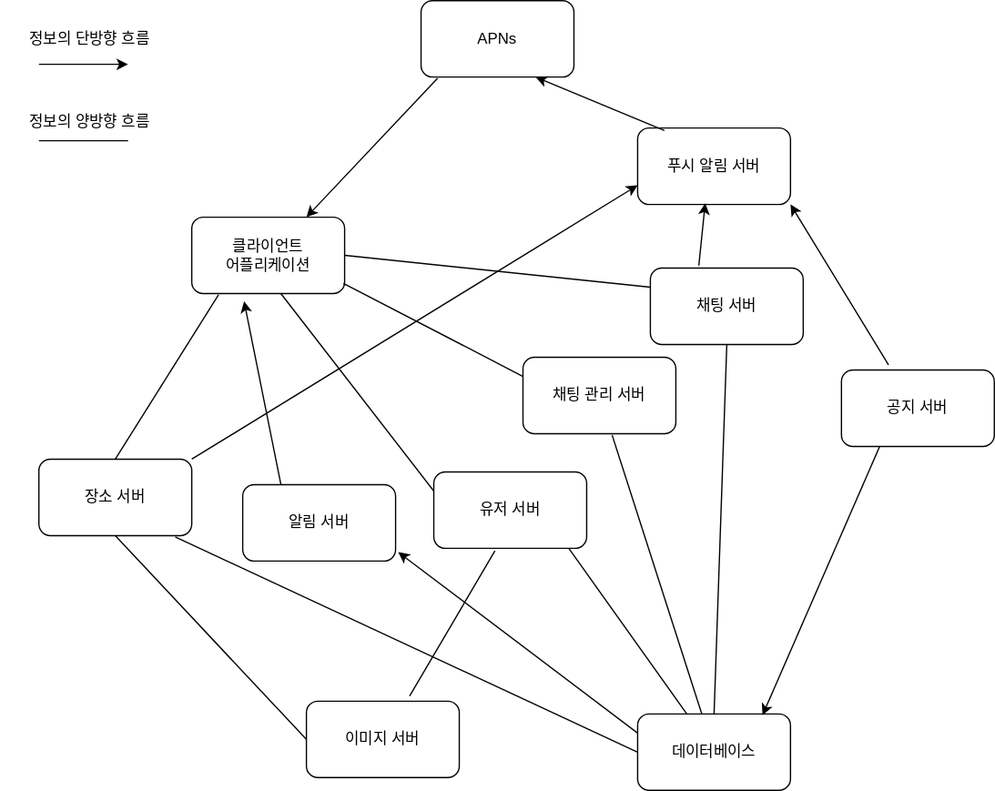
This is 서버 구조/서버 구조도.svg from shlim0/2022_capstone1, a draw.io export, as it was before one commit. Source tidied: cells renumbered, new cells last; positions are measured from the earlier drawing's top-left corner, leaving out a move shared by most shapes.
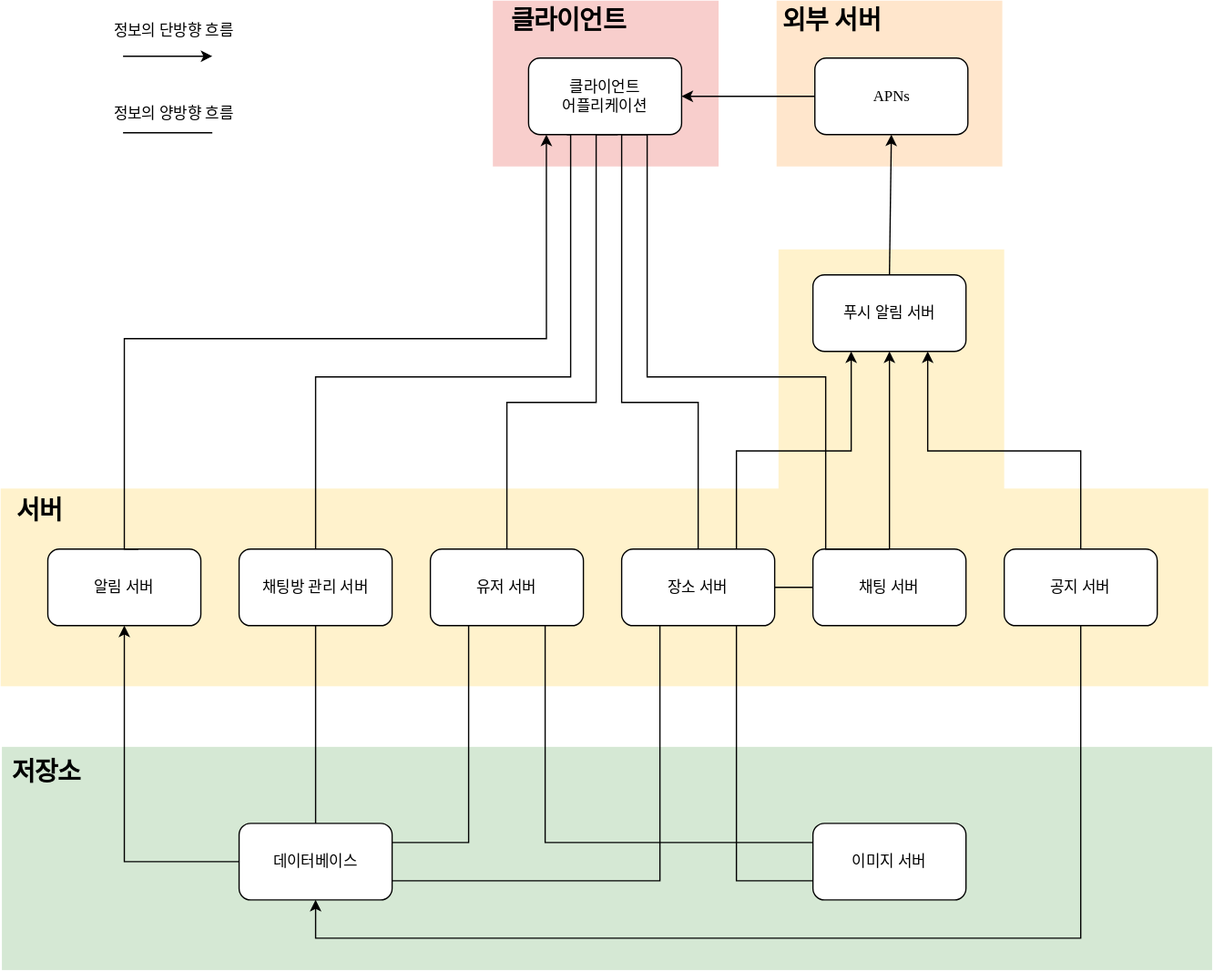
Later version of the same file.

Commit message:
[수정]서버 구조도, [생성] 4차 설계제안서

What changed in the source:
```diff
@@ -2,110 +2,204 @@
   <root>
     <mxCell id="0" />
     <mxCell id="1" parent="0" />
+    <mxCell id="35" style="rounded=0;whiteSpace=wrap;html=1;fillColor=#ffe6cc;strokeColor=none;fontFamily=Verdana;" parent="1" vertex="1">
+      <mxGeometry x="-201.5" y="60" width="177" height="130" as="geometry" />
+    </mxCell>
+    <mxCell id="36" style="rounded=0;whiteSpace=wrap;html=1;fillColor=#f8cecc;strokeColor=none;fontFamily=Verdana;" parent="1" vertex="1">
+      <mxGeometry x="-424" y="60" width="177" height="130" as="geometry" />
+    </mxCell>
+    <mxCell id="37" style="rounded=0;whiteSpace=wrap;html=1;fillColor=#fff2cc;strokeColor=none;fontFamily=Verdana;" parent="1" vertex="1">
+      <mxGeometry x="-200" y="255" width="177" height="210" as="geometry" />
+    </mxCell>
+    <mxCell id="38" style="rounded=0;whiteSpace=wrap;html=1;fillColor=#d5e8d4;strokeColor=none;fontFamily=Verdana;" parent="1" vertex="1">
+      <mxGeometry x="-809" y="645" width="949" height="175" as="geometry" />
+    </mxCell>
+    <mxCell id="39" style="rounded=0;whiteSpace=wrap;html=1;fillColor=#fff2cc;strokeColor=none;fontFamily=Verdana;" parent="1" vertex="1">
+      <mxGeometry x="-810" y="442.5" width="947" height="155" as="geometry" />
+    </mxCell>
-    <mxCell id="2" value="클라이언트&lt;br&gt;어플리케이션" style="rounded=1;whiteSpace=wrap;html=1;" parent="1" vertex="1">
-      <mxGeometry x="150" y="170" width="120" height="60" as="geometry" />
+    <mxCell id="2" value="클라이언트&lt;br&gt;어플리케이션" style="rounded=1;whiteSpace=wrap;html=1;fontFamily=Verdana;" parent="1" vertex="1">
+      <mxGeometry x="-396" y="105" width="120" height="60" as="geometry" />
     </mxCell>
-    <mxCell id="3" value="알림 서버" style="rounded=1;whiteSpace=wrap;html=1;" parent="1" vertex="1">
-      <mxGeometry x="190" y="380" width="120" height="60" as="geometry" />
+    <mxCell id="3" value="알림 서버" style="rounded=1;whiteSpace=wrap;html=1;fontFamily=Verdana;" parent="1" vertex="1">
+      <mxGeometry x="-773" y="490" width="120" height="60" as="geometry" />
     </mxCell>
-    <mxCell id="4" value="공지 서버" style="rounded=1;whiteSpace=wrap;html=1;" parent="1" vertex="1">
-      <mxGeometry x="660" y="290" width="120" height="60" as="geometry" />
+    <mxCell id="4" value="공지 서버" style="rounded=1;whiteSpace=wrap;html=1;fontFamily=Verdana;" parent="1" vertex="1">
+      <mxGeometry x="-23" y="490" width="120" height="60" as="geometry" />
     </mxCell>
-    <mxCell id="5" value="채팅 서버" style="rounded=1;whiteSpace=wrap;html=1;" parent="1" vertex="1">
-      <mxGeometry x="510" y="210" width="120" height="60" as="geometry" />
+    <mxCell id="5" value="채팅 서버" style="rounded=1;whiteSpace=wrap;html=1;fontFamily=Verdana;" parent="1" vertex="1">
+      <mxGeometry x="-173" y="490" width="120" height="60" as="geometry" />
     </mxCell>
-    <mxCell id="6" value="채팅 관리 서버" style="rounded=1;whiteSpace=wrap;html=1;" parent="1" vertex="1">
-      <mxGeometry x="410" y="280" width="120" height="60" as="geometry" />
+    <mxCell id="6" value="채팅방 관리 서버" style="rounded=1;whiteSpace=wrap;html=1;fontFamily=Verdana;" parent="1" vertex="1">
+      <mxGeometry x="-623" y="490" width="120" height="60" as="geometry" />
     </mxCell>
-    <mxCell id="7" value="이미지 서버" style="rounded=1;whiteSpace=wrap;html=1;" parent="1" vertex="1">
-      <mxGeometry x="240" y="550" width="120" height="60" as="geometry" />
+    <mxCell id="7" value="이미지 서버" style="rounded=1;whiteSpace=wrap;html=1;fontFamily=Verdana;" parent="1" vertex="1">
+      <mxGeometry x="-173" y="705" width="120" height="60" as="geometry" />
     </mxCell>
-    <mxCell id="8" value="푸시 알림 서버" style="rounded=1;whiteSpace=wrap;html=1;" parent="1" vertex="1">
-      <mxGeometry x="500" y="100" width="120" height="60" as="geometry" />
+    <mxCell id="8" value="푸시 알림 서버" style="rounded=1;whiteSpace=wrap;html=1;fontFamily=Verdana;" parent="1" vertex="1">
+      <mxGeometry x="-173" y="275" width="120" height="60" as="geometry" />
     </mxCell>
-    <mxCell id="9" value="장소 서버" style="rounded=1;whiteSpace=wrap;html=1;" parent="1" vertex="1">
-      <mxGeometry x="30" y="360" width="120" height="60" as="geometry" />
-    </mxCell>
-    <mxCell id="10" value="유저 서버" style="rounded=1;whiteSpace=wrap;html=1;" parent="1" vertex="1">
-      <mxGeometry x="340" y="370" width="120" height="60" as="geometry" />
+    <mxCell id="10" value="유저 서버" style="rounded=1;whiteSpace=wrap;html=1;fontFamily=Verdana;" parent="1" vertex="1">
+      <mxGeometry x="-473" y="490" width="120" height="60" as="geometry" />
     </mxCell>
-    <mxCell id="11" value="데이터베이스" style="rounded=1;whiteSpace=wrap;html=1;" parent="1" vertex="1">
-      <mxGeometry x="500" y="560" width="120" height="60" as="geometry" />
+    <mxCell id="11" value="데이터베이스" style="rounded=1;whiteSpace=wrap;html=1;fontFamily=Verdana;" parent="1" vertex="1">
+      <mxGeometry x="-623" y="705" width="120" height="60" as="geometry" />
     </mxCell>
-    <mxCell id="12" style="endArrow=none;html=1;rounded=0;exitX=0.5;exitY=0;exitDx=0;exitDy=0;entryX=0.175;entryY=1.017;entryDx=0;entryDy=0;entryPerimeter=0;" parent="1" edge="1" source="9" target="2">
-      <mxGeometry relative="1" as="geometry" />
+    <mxCell id="12" style="endArrow=none;html=1;rounded=0;exitX=0.5;exitY=0;exitDx=0;exitDy=0;entryX=0.75;entryY=1;entryDx=0;entryDy=0;edgeStyle=orthogonalEdgeStyle;fontFamily=Verdana;" parent="1" edge="1" source="9" target="2">
+      <mxGeometry relative="1" as="geometry">
+        <Array as="points">
+          <mxPoint x="-263" y="375" />
+          <mxPoint x="-323" y="375" />
+          <mxPoint x="-323" y="165" />
+        </Array>
+      </mxGeometry>
     </mxCell>
-    <mxCell id="13" style="endArrow=none;html=1;rounded=0;entryX=0.992;entryY=0.867;entryDx=0;entryDy=0;exitX=0;exitY=0.25;exitDx=0;exitDy=0;entryPerimeter=0;" parent="1" edge="1" source="6" target="2">
-      <mxGeometry relative="1" as="geometry" />
-    </mxCell>
-    <mxCell id="14" style="endArrow=none;html=1;rounded=0;exitX=0;exitY=0.25;exitDx=0;exitDy=0;entryX=1;entryY=0.5;entryDx=0;entryDy=0;" parent="1" edge="1" source="5" target="2">
-      <mxGeometry relative="1" as="geometry" />
+    <mxCell id="14" style="endArrow=none;html=1;rounded=0;entryX=0.75;entryY=1;entryDx=0;entryDy=0;edgeStyle=orthogonalEdgeStyle;exitX=0.5;exitY=0;exitDx=0;exitDy=0;fontFamily=Verdana;" parent="1" edge="1" source="5" target="2">
+      <mxGeometry relative="1" as="geometry">
+        <Array as="points">
+          <mxPoint x="-163" y="490" />
+          <mxPoint x="-163" y="355" />
+          <mxPoint x="-303" y="355" />
+          <mxPoint x="-303" y="165" />
+        </Array>
+      </mxGeometry>
     </mxCell>
-    <mxCell id="15" style="endArrow=none;html=1;rounded=0;entryX=0.583;entryY=1;entryDx=0;entryDy=0;exitX=0;exitY=0.25;exitDx=0;exitDy=0;entryPerimeter=0;" parent="1" edge="1" source="10" target="2">
-      <mxGeometry relative="1" as="geometry" />
+    <mxCell id="15" style="endArrow=none;html=1;rounded=0;entryX=0.583;entryY=1;entryDx=0;entryDy=0;exitX=0.5;exitY=0;exitDx=0;exitDy=0;entryPerimeter=0;edgeStyle=orthogonalEdgeStyle;fontFamily=Verdana;" parent="1" edge="1" source="10" target="2">
+      <mxGeometry relative="1" as="geometry">
+        <Array as="points">
+          <mxPoint x="-413" y="375" />
+          <mxPoint x="-343" y="375" />
+          <mxPoint x="-343" y="165" />
+        </Array>
+      </mxGeometry>
     </mxCell>
-    <mxCell id="16" value="APNs" style="rounded=1;whiteSpace=wrap;html=1;" parent="1" vertex="1">
-      <mxGeometry x="330" width="120" height="60" as="geometry" />
+    <mxCell id="16" value="APNs" style="rounded=1;whiteSpace=wrap;html=1;fontFamily=Verdana;" parent="1" vertex="1">
+      <mxGeometry x="-171.5" y="105" width="120" height="60" as="geometry" />
     </mxCell>
-    <mxCell id="17" style="endArrow=classic;html=1;rounded=0;entryX=0.75;entryY=0;entryDx=0;entryDy=0;exitX=0.108;exitY=1.017;exitDx=0;exitDy=0;exitPerimeter=0;" parent="1" edge="1" source="16" target="2">
-      <mxGeometry relative="1" as="geometry" />
+    <mxCell id="17" style="endArrow=classic;html=1;rounded=0;edgeStyle=elbowEdgeStyle;elbow=vertical;exitX=0;exitY=0.5;exitDx=0;exitDy=0;entryX=1;entryY=0.5;entryDx=0;entryDy=0;fontFamily=Verdana;" parent="1" edge="1" source="16" target="2">
+      <mxGeometry relative="1" as="geometry">
+        <Array as="points">
+          <mxPoint x="-223" y="135" />
+        </Array>
+      </mxGeometry>
     </mxCell>
-    <mxCell id="18" style="endArrow=classic;html=1;rounded=0;entryX=0.75;entryY=1;entryDx=0;entryDy=0;exitX=0.175;exitY=0.033;exitDx=0;exitDy=0;exitPerimeter=0;" parent="1" edge="1" source="8" target="16">
+    <mxCell id="18" style="endArrow=classic;html=1;rounded=0;entryX=0.5;entryY=1;entryDx=0;entryDy=0;exitX=0.5;exitY=0;exitDx=0;exitDy=0;fontFamily=Verdana;" parent="1" edge="1" source="8" target="16">
       <mxGeometry relative="1" as="geometry" />
     </mxCell>
-    <mxCell id="19" style="endArrow=classic;html=1;rounded=0;entryX=1;entryY=1;entryDx=0;entryDy=0;exitX=0.308;exitY=-0.067;exitDx=0;exitDy=0;exitPerimeter=0;" parent="1" edge="1" source="4" target="8">
+    <mxCell id="19" style="endArrow=classic;html=1;rounded=0;exitX=0.5;exitY=0;exitDx=0;exitDy=0;entryX=0.75;entryY=1;entryDx=0;entryDy=0;edgeStyle=elbowEdgeStyle;elbow=vertical;fontFamily=Verdana;" parent="1" edge="1" source="4" target="8">
       <mxGeometry relative="1" as="geometry" />
     </mxCell>
-    <mxCell id="20" style="endArrow=none;html=1;rounded=0;exitX=0.5;exitY=1;exitDx=0;exitDy=0;entryX=0;entryY=0.5;entryDx=0;entryDy=0;" parent="1" edge="1" source="9" target="7">
-      <mxGeometry relative="1" as="geometry" />
+    <mxCell id="20" style="endArrow=none;html=1;rounded=0;exitX=0.75;exitY=1;exitDx=0;exitDy=0;edgeStyle=elbowEdgeStyle;elbow=vertical;entryX=0;entryY=0.75;entryDx=0;entryDy=0;fontFamily=Verdana;" parent="1" edge="1" source="9" target="7">
+      <mxGeometry relative="1" as="geometry">
+        <Array as="points">
+          <mxPoint x="-203" y="750" />
+          <mxPoint x="-233" y="675" />
+          <mxPoint x="-223" y="655" />
+        </Array>
+      </mxGeometry>
     </mxCell>
-    <mxCell id="21" style="endArrow=none;html=1;rounded=0;entryX=0.583;entryY=1.017;entryDx=0;entryDy=0;entryPerimeter=0;" parent="1" edge="1" source="11" target="6">
-      <mxGeometry relative="1" as="geometry" />
+    <mxCell id="21" style="endArrow=none;html=1;rounded=0;entryX=0.5;entryY=1;entryDx=0;entryDy=0;edgeStyle=elbowEdgeStyle;elbow=vertical;exitX=0.5;exitY=0;exitDx=0;exitDy=0;fontFamily=Verdana;" parent="1" edge="1" source="11" target="6">
+      <mxGeometry relative="1" as="geometry">
+        <Array as="points">
+          <mxPoint x="-583" y="605" />
+        </Array>
+      </mxGeometry>
     </mxCell>
-    <mxCell id="22" style="endArrow=none;html=1;rounded=0;exitX=0.5;exitY=0;exitDx=0;exitDy=0;entryX=0.5;entryY=1;entryDx=0;entryDy=0;" parent="1" edge="1" source="11" target="5">
+    <mxCell id="22" style="endArrow=none;html=1;rounded=0;exitX=1;exitY=0.5;exitDx=0;exitDy=0;startArrow=none;entryX=0;entryY=0.5;entryDx=0;entryDy=0;fontFamily=Verdana;" parent="1" edge="1" source="9" target="5">
       <mxGeometry relative="1" as="geometry" />
     </mxCell>
-    <mxCell id="23" style="endArrow=none;html=1;rounded=0;entryX=0.883;entryY=1;entryDx=0;entryDy=0;entryPerimeter=0;" parent="1" edge="1" source="11" target="10">
-      <mxGeometry relative="1" as="geometry" />
+    <mxCell id="23" style="endArrow=none;html=1;rounded=0;exitX=1;exitY=0.25;exitDx=0;exitDy=0;edgeStyle=orthogonalEdgeStyle;entryX=0.25;entryY=1;entryDx=0;entryDy=0;fontFamily=Verdana;" parent="1" edge="1" source="11" target="10">
+      <mxGeometry relative="1" as="geometry">
+        <Array as="points">
+          <mxPoint x="-443" y="720" />
+        </Array>
+      </mxGeometry>
     </mxCell>
-    <mxCell id="24" style="endArrow=none;html=1;rounded=0;exitX=0.675;exitY=-0.067;exitDx=0;exitDy=0;exitPerimeter=0;entryX=0.4;entryY=1.033;entryDx=0;entryDy=0;entryPerimeter=0;" parent="1" edge="1" source="7" target="10">
-      <mxGeometry relative="1" as="geometry" />
+    <mxCell id="24" style="endArrow=none;html=1;rounded=0;exitX=0;exitY=0.25;exitDx=0;exitDy=0;entryX=0.75;entryY=1;entryDx=0;entryDy=0;edgeStyle=orthogonalEdgeStyle;fontFamily=Verdana;" parent="1" edge="1" source="7" target="10">
+      <mxGeometry relative="1" as="geometry">
+        <Array as="points">
+          <mxPoint x="-383" y="720" />
+        </Array>
+      </mxGeometry>
     </mxCell>
-    <mxCell id="25" style="endArrow=none;html=1;rounded=0;exitX=0.892;exitY=1.017;exitDx=0;exitDy=0;exitPerimeter=0;entryX=0;entryY=0.5;entryDx=0;entryDy=0;" parent="1" edge="1" source="9" target="11">
-      <mxGeometry relative="1" as="geometry" />
-    </mxCell>
-    <mxCell id="26" style="endArrow=classic;html=1;rounded=0;exitX=0.317;exitY=-0.033;exitDx=0;exitDy=0;exitPerimeter=0;entryX=0.442;entryY=0.983;entryDx=0;entryDy=0;entryPerimeter=0;" parent="1" edge="1" source="5" target="8">
+    <mxCell id="26" style="endArrow=classic;html=1;rounded=0;entryX=0.5;entryY=1;entryDx=0;entryDy=0;exitX=0.5;exitY=0;exitDx=0;exitDy=0;fontFamily=Verdana;" parent="1" edge="1" source="5" target="8">
       <mxGeometry relative="1" as="geometry" />
     </mxCell>
-    <mxCell id="27" style="endArrow=classic;html=1;rounded=0;exitX=1;exitY=0;exitDx=0;exitDy=0;entryX=0;entryY=0.75;entryDx=0;entryDy=0;" parent="1" edge="1" source="9" target="8">
+    <mxCell id="27" style="endArrow=classic;html=1;rounded=0;exitX=0.75;exitY=0;exitDx=0;exitDy=0;edgeStyle=elbowEdgeStyle;entryX=0.25;entryY=1;entryDx=0;entryDy=0;elbow=vertical;fontFamily=Verdana;" parent="1" edge="1" source="9" target="8">
       <mxGeometry relative="1" as="geometry" />
     </mxCell>
-    <mxCell id="28" style="endArrow=classic;html=1;rounded=0;exitX=0;exitY=0.25;exitDx=0;exitDy=0;entryX=1.017;entryY=0.883;entryDx=0;entryDy=0;entryPerimeter=0;" parent="1" edge="1" source="11" target="3">
-      <mxGeometry relative="1" as="geometry" />
+    <mxCell id="28" style="endArrow=classic;html=1;rounded=0;exitX=0;exitY=0.5;exitDx=0;exitDy=0;entryX=0.5;entryY=1;entryDx=0;entryDy=0;edgeStyle=elbowEdgeStyle;elbow=vertical;fontFamily=Verdana;" parent="1" edge="1" source="11" target="3">
+      <mxGeometry relative="1" as="geometry">
+        <Array as="points">
+          <mxPoint x="-663" y="735" />
+        </Array>
+      </mxGeometry>
     </mxCell>
-    <mxCell id="29" style="endArrow=classic;html=1;rounded=0;entryX=0.342;entryY=1.1;entryDx=0;entryDy=0;entryPerimeter=0;exitX=0.25;exitY=0;exitDx=0;exitDy=0;" parent="1" edge="1" source="3" target="2">
-      <mxGeometry relative="1" as="geometry" />
+    <mxCell id="29" style="endArrow=classic;html=1;rounded=0;edgeStyle=orthogonalEdgeStyle;exitX=0.5;exitY=0;exitDx=0;exitDy=0;entryX=0.108;entryY=1;entryDx=0;entryDy=0;entryPerimeter=0;fontFamily=Verdana;" parent="1" edge="1">
+      <mxGeometry relative="1" as="geometry">
+        <mxPoint x="-702" y="490" as="sourcePoint" />
+        <mxPoint x="-382" y="165" as="targetPoint" />
+        <Array as="points">
+          <mxPoint x="-713" y="490" />
+          <mxPoint x="-713" y="325" />
+          <mxPoint x="-382" y="325" />
+        </Array>
+      </mxGeometry>
     </mxCell>
-    <mxCell id="30" style="endArrow=classic;html=1;rounded=0;exitX=0.25;exitY=1;exitDx=0;exitDy=0;entryX=0.817;entryY=0.017;entryDx=0;entryDy=0;entryPerimeter=0;" parent="1" edge="1" source="4" target="11">
-      <mxGeometry relative="1" as="geometry" />
+    <mxCell id="30" style="endArrow=classic;html=1;rounded=0;exitX=0.5;exitY=1;exitDx=0;exitDy=0;edgeStyle=elbowEdgeStyle;elbow=vertical;entryX=0.5;entryY=1;entryDx=0;entryDy=0;fontFamily=Verdana;" parent="1" edge="1" source="4" target="11">
+      <mxGeometry relative="1" as="geometry">
+        <Array as="points">
+          <mxPoint x="-263" y="795" />
+        </Array>
+      </mxGeometry>
     </mxCell>
-    <mxCell id="31" style="endArrow=classic;html=1;rounded=0;" parent="1" edge="1">
+    <mxCell id="31" style="endArrow=classic;html=1;rounded=0;fontFamily=Verdana;" parent="1" edge="1">
       <mxGeometry relative="1" as="geometry">
-        <mxPoint x="30" y="50" as="sourcePoint" />
-        <mxPoint x="100" y="50" as="targetPoint" />
+        <mxPoint x="-714" y="103.6" as="sourcePoint" />
+        <mxPoint x="-644" y="103.6" as="targetPoint" />
       </mxGeometry>
     </mxCell>
-    <mxCell id="32" style="endArrow=none;html=1;rounded=0;" parent="1" edge="1">
+    <mxCell id="32" style="endArrow=none;html=1;rounded=0;fontFamily=Verdana;" parent="1" edge="1">
       <mxGeometry relative="1" as="geometry">
-        <mxPoint x="30" y="110" as="sourcePoint" />
-        <mxPoint x="100" y="110" as="targetPoint" />
+        <mxPoint x="-714" y="163.6" as="sourcePoint" />
+        <mxPoint x="-644" y="163.6" as="targetPoint" />
       </mxGeometry>
     </mxCell>
-    <mxCell id="33" value="정보의 단방향 흐름" style="text;html=1;strokeColor=none;fillColor=none;align=center;verticalAlign=middle;whiteSpace=wrap;rounded=0;" parent="1" vertex="1">
-      <mxGeometry x="10" y="15" width="120" height="30" as="geometry" />
+    <mxCell id="33" value="정보의 단방향 흐름" style="text;html=1;strokeColor=none;fillColor=none;align=center;verticalAlign=middle;whiteSpace=wrap;rounded=0;fontFamily=Verdana;" parent="1" vertex="1">
+      <mxGeometry x="-734" y="68.6" width="120" height="30" as="geometry" />
     </mxCell>
-    <mxCell id="34" value="정보의 양방향 흐름" style="text;html=1;strokeColor=none;fillColor=none;align=center;verticalAlign=middle;whiteSpace=wrap;rounded=0;" parent="1" vertex="1">
-      <mxGeometry y="80" width="140" height="30" as="geometry" />
+    <mxCell id="34" value="정보의 양방향 흐름" style="text;html=1;strokeColor=none;fillColor=none;align=center;verticalAlign=middle;whiteSpace=wrap;rounded=0;fontFamily=Verdana;" parent="1" vertex="1">
+      <mxGeometry x="-744" y="133.6" width="140" height="30" as="geometry" />
     </mxCell>
+    <mxCell id="9" value="장소 서버" style="rounded=1;whiteSpace=wrap;html=1;fontFamily=Verdana;" parent="1" vertex="1">
+      <mxGeometry x="-323" y="490" width="120" height="60" as="geometry" />
+    </mxCell>
+    <mxCell id="40" style="endArrow=none;html=1;rounded=0;entryX=0.25;entryY=1;entryDx=0;entryDy=0;edgeStyle=orthogonalEdgeStyle;exitX=1;exitY=0.75;exitDx=0;exitDy=0;fontFamily=Verdana;" parent="1" edge="1" source="11" target="9">
+      <mxGeometry relative="1" as="geometry">
+        <Array as="points">
+          <mxPoint x="-293" y="750" />
+        </Array>
+      </mxGeometry>
+    </mxCell>
+    <mxCell id="13" style="endArrow=none;html=1;rounded=0;entryX=0.25;entryY=1;entryDx=0;entryDy=0;exitX=0.5;exitY=0;exitDx=0;exitDy=0;edgeStyle=orthogonalEdgeStyle;fontFamily=Verdana;" parent="1" edge="1" source="6" target="2">
+      <mxGeometry relative="1" as="geometry">
+        <Array as="points">
+          <mxPoint x="-563" y="355" />
+          <mxPoint x="-363" y="355" />
+          <mxPoint x="-363" y="165" />
+        </Array>
+      </mxGeometry>
+    </mxCell>
+    <mxCell id="41" value="서버" style="text;html=1;strokeColor=none;fillColor=none;align=center;verticalAlign=middle;whiteSpace=wrap;rounded=0;fontStyle=1;fontSize=20;fontFamily=Verdana;" parent="1" vertex="1">
+      <mxGeometry x="-809" y="443.5" width="60" height="30" as="geometry" />
+    </mxCell>
+    <mxCell id="42" value="저장소" style="text;html=1;strokeColor=none;fillColor=none;align=center;verticalAlign=middle;whiteSpace=wrap;rounded=0;fontStyle=1;fontSize=20;fontFamily=Verdana;" parent="1" vertex="1">
+      <mxGeometry x="-804" y="649" width="60" height="30" as="geometry" />
+    </mxCell>
+    <mxCell id="43" value="클라이언트" style="text;html=1;strokeColor=none;fillColor=none;align=center;verticalAlign=middle;whiteSpace=wrap;rounded=0;fontStyle=1;fontSize=20;fontFamily=Verdana;" parent="1" vertex="1">
+      <mxGeometry x="-426" y="60" width="123" height="30" as="geometry" />
+    </mxCell>
+    <mxCell id="44" value="외부 서버" style="text;html=1;strokeColor=none;fillColor=none;align=center;verticalAlign=middle;whiteSpace=wrap;rounded=0;fontStyle=1;fontSize=20;fontFamily=Verdana;" parent="1" vertex="1">
+      <mxGeometry x="-203" y="60" width="90" height="30" as="geometry" />
+    </mxCell>
   </root>
 </mxGraphModel>
```
